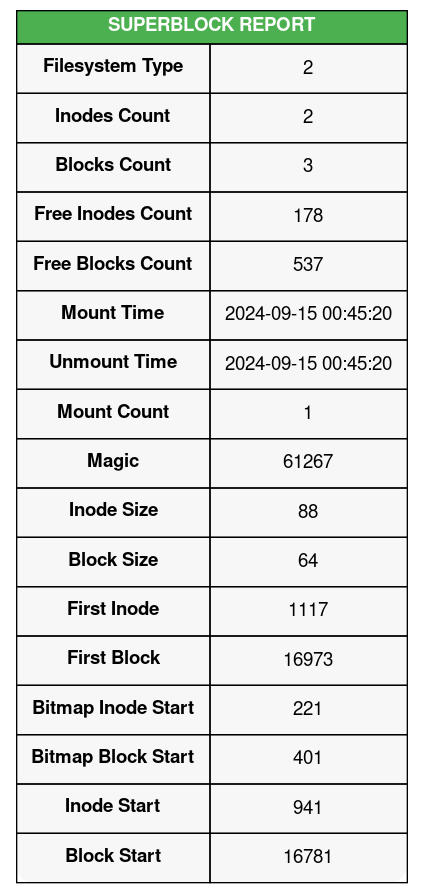
The Graphviz diagram r_outputs/sb_report.png in JoseLorenzana272/Disk-Creator-Simulation, before a commit. Its source is kept beside it as r_outputs/sb_report.dot. Its diagram source:
```dot
digraph G {
		node [shape=plaintext, fontname="Helvetica, Arial, sans-serif"]
		tabla [label=<
			<table border="0" cellborder="1" cellspacing="0" cellpadding="10" bgcolor="#f7f7f7" style="rounded">
				<tr><td colspan="2" bgcolor="#4CAF50" align="center" cellpadding="4" cellspacing="0"><b><font color="white">SUPERBLOCK REPORT</font></b></td></tr>
				<tr bgcolor="#eeeeee"><td><b>Filesystem Type</b></td><td>2</td></tr>
				<tr><td><b>Inodes Count</b></td><td>2</td></tr>
				<tr bgcolor="#eeeeee"><td><b>Blocks Count</b></td><td>3</td></tr>
				<tr><td><b>Free Inodes Count</b></td><td>178</td></tr>
				<tr bgcolor="#eeeeee"><td><b>Free Blocks Count</b></td><td>537</td></tr>
				<tr><td><b>Mount Time</b></td><td>2024-09-15 00:45:20</td></tr>
				<tr bgcolor="#eeeeee"><td><b>Unmount Time</b></td><td>2024-09-15 00:45:20</td></tr>
				<tr><td><b>Mount Count</b></td><td>1</td></tr>
				<tr bgcolor="#eeeeee"><td><b>Magic</b></td><td>61267</td></tr>
				<tr><td><b>Inode Size</b></td><td>88</td></tr>
				<tr bgcolor="#eeeeee"><td><b>Block Size</b></td><td>64</td></tr>
				<tr><td><b>First Inode</b></td><td>1117</td></tr>
				<tr bgcolor="#eeeeee"><td><b>First Block</b></td><td>16973</td></tr>
				<tr><td><b>Bitmap Inode Start</b></td><td>221</td></tr>
				<tr bgcolor="#eeeeee"><td><b>Bitmap Block Start</b></td><td>401</td></tr>
				<tr><td><b>Inode Start</b></td><td>941</td></tr>
				<tr bgcolor="#eeeeee"><td><b>Block Start</b></td><td>16781</td></tr>
			</table>
		> ]}

```
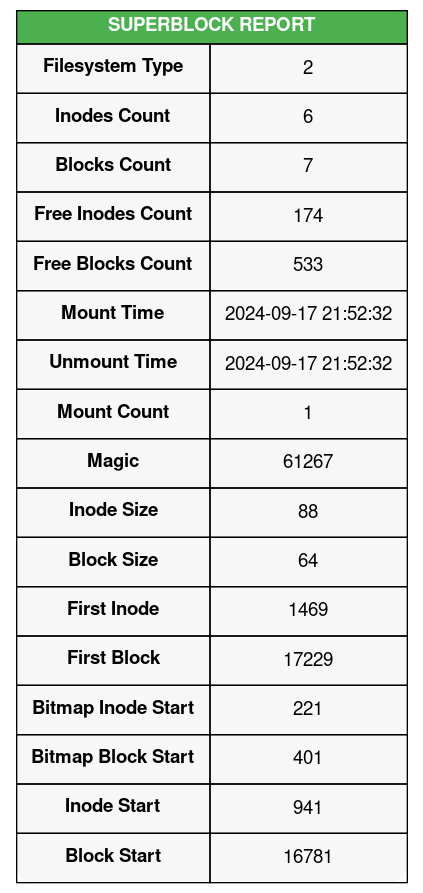
After the change.

The edit, as a diff of the source:
```diff
@@ -4,18 +4,18 @@
 			<table border="0" cellborder="1" cellspacing="0" cellpadding="10" bgcolor="#f7f7f7" style="rounded">
 				<tr><td colspan="2" bgcolor="#4CAF50" align="center" cellpadding="4" cellspacing="0"><b><font color="white">SUPERBLOCK REPORT</font></b></td></tr>
 				<tr bgcolor="#eeeeee"><td><b>Filesystem Type</b></td><td>2</td></tr>
-				<tr><td><b>Inodes Count</b></td><td>2</td></tr>
-				<tr bgcolor="#eeeeee"><td><b>Blocks Count</b></td><td>3</td></tr>
-				<tr><td><b>Free Inodes Count</b></td><td>178</td></tr>
-				<tr bgcolor="#eeeeee"><td><b>Free Blocks Count</b></td><td>537</td></tr>
-				<tr><td><b>Mount Time</b></td><td>2024-09-15 00:45:20</td></tr>
-				<tr bgcolor="#eeeeee"><td><b>Unmount Time</b></td><td>2024-09-15 00:45:20</td></tr>
+				<tr><td><b>Inodes Count</b></td><td>6</td></tr>
+				<tr bgcolor="#eeeeee"><td><b>Blocks Count</b></td><td>7</td></tr>
+				<tr><td><b>Free Inodes Count</b></td><td>174</td></tr>
+				<tr bgcolor="#eeeeee"><td><b>Free Blocks Count</b></td><td>533</td></tr>
+				<tr><td><b>Mount Time</b></td><td>2024-09-17 21:52:32</td></tr>
+				<tr bgcolor="#eeeeee"><td><b>Unmount Time</b></td><td>2024-09-17 21:52:32</td></tr>
 				<tr><td><b>Mount Count</b></td><td>1</td></tr>
 				<tr bgcolor="#eeeeee"><td><b>Magic</b></td><td>61267</td></tr>
 				<tr><td><b>Inode Size</b></td><td>88</td></tr>
 				<tr bgcolor="#eeeeee"><td><b>Block Size</b></td><td>64</td></tr>
-				<tr><td><b>First Inode</b></td><td>1117</td></tr>
-				<tr bgcolor="#eeeeee"><td><b>First Block</b></td><td>16973</td></tr>
+				<tr><td><b>First Inode</b></td><td>1469</td></tr>
+				<tr bgcolor="#eeeeee"><td><b>First Block</b></td><td>17229</td></tr>
 				<tr><td><b>Bitmap Inode Start</b></td><td>221</td></tr>
 				<tr bgcolor="#eeeeee"><td><b>Bitmap Block Start</b></td><td>401</td></tr>
 				<tr><td><b>Inode Start</b></td><td>941</td></tr>
```
